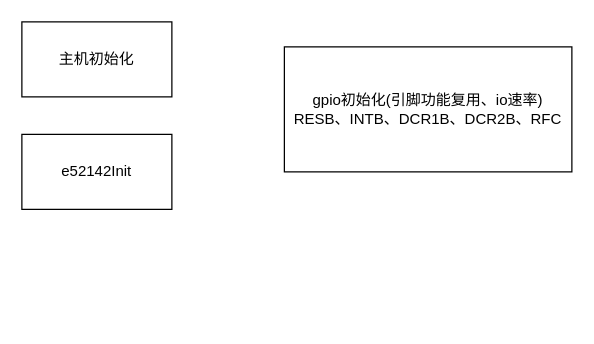
Earlier version of the draw.io diagram FAPA/AK2超声波雷达.drawio (bugquella/diagrams). Source tidied: cells renumbered, new cells numbered last; positions are measured from the earlier drawing's top-left corner, leaving out a move shared by most shapes. Both pictures are drawn from the tidied source at 125%, with x=0, y=0 at pixel (21, 21).
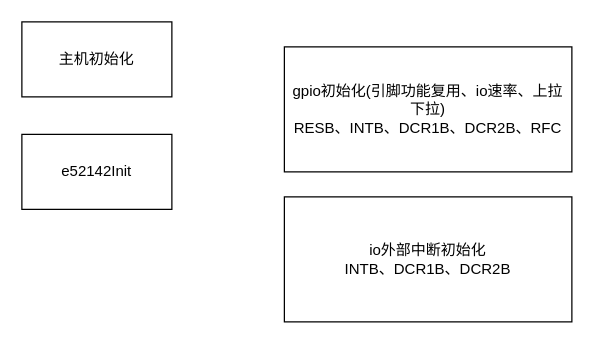
After the change.

Commit message (it also covers changes not shown here):
更新AK2超声波雷达.drawio

Change to the diagram source:
```diff
@@
 <mxGraphModel>
   <root>
     <mxCell id="0" />
     <mxCell id="1" parent="0" />
     <mxCell id="2" value="主机初始化" style="rounded=0;whiteSpace=wrap;html=1;" parent="1" vertex="1">
       <mxGeometry width="120" height="60" as="geometry" />
     </mxCell>
     <mxCell id="3" value="e52142Init" style="rounded=0;whiteSpace=wrap;html=1;" parent="1" vertex="1">
       <mxGeometry y="90" width="120" height="60" as="geometry" />
     </mxCell>
-    <mxCell id="4" value="&lt;div&gt;gpio初始化(引脚功能复用、io速率)&lt;/div&gt;&lt;div&gt;RESB、INTB、DCR1B、DCR2B、RFC&lt;/div&gt;" style="rounded=0;whiteSpace=wrap;html=1;" parent="1" vertex="1">
+    <mxCell id="4" value="&lt;div&gt;gpio初始化(引脚功能复用、io速率、上拉下拉)&lt;/div&gt;&lt;div&gt;RESB、INTB、DCR1B、DCR2B、RFC&lt;/div&gt;" style="rounded=0;whiteSpace=wrap;html=1;" parent="1" vertex="1">
       <mxGeometry x="210" y="20" width="230" height="100" as="geometry" />
     </mxCell>
+    <mxCell id="5" value="&lt;div&gt;io外部中断初始化&lt;/div&gt;&lt;div&gt;INTB、DCR1B、DCR2B&lt;/div&gt;" style="rounded=0;whiteSpace=wrap;html=1;" parent="1" vertex="1">
+      <mxGeometry x="210" y="140" width="230" height="100" as="geometry" />
+    </mxCell>
   </root>
 </mxGraphModel>
```
